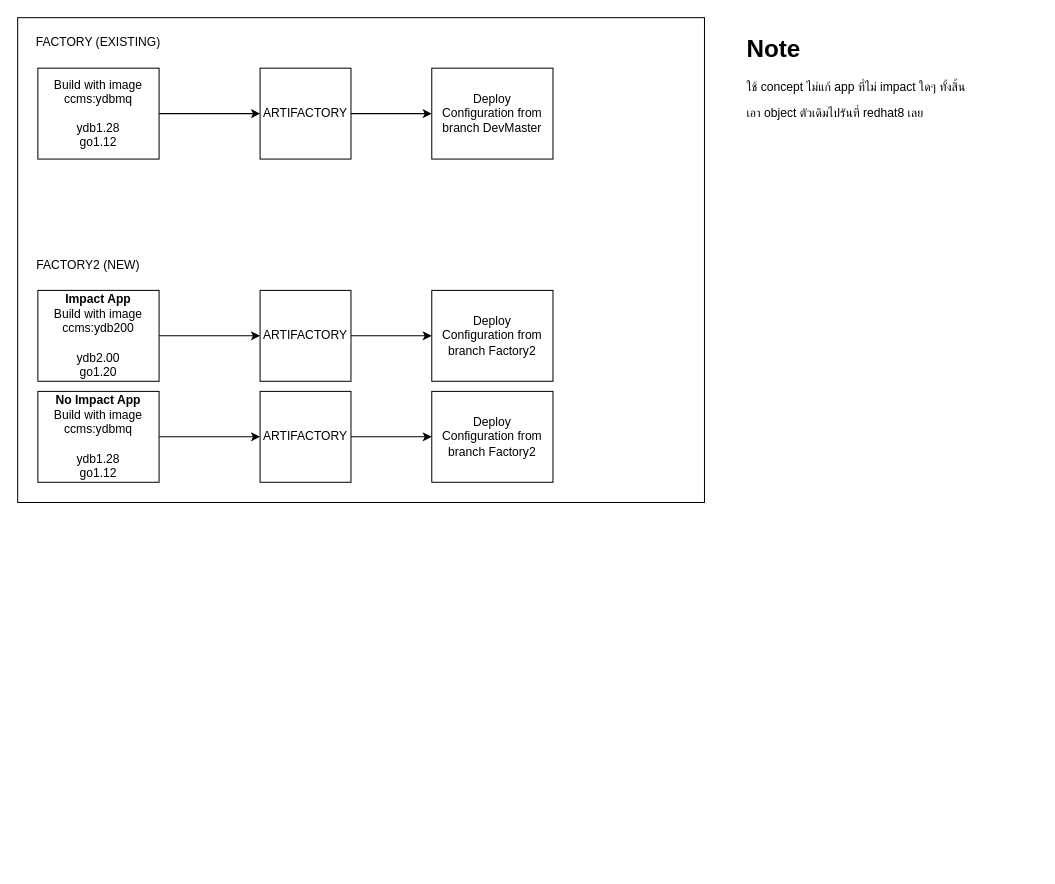
The draw.io diagram page "EOS-LINUX" (10 of 10) of CCMS_MFR_Diagram.drawio in chawaratr/drawio, before the edit. Source tidied: cells renumbered, new cells numbered last; positions are measured from the earlier drawing's top-left corner, leaving out a move shared by most shapes. Both pictures are drawn from the tidied source at 101%, with x=0, y=0 at pixel (17, 17).
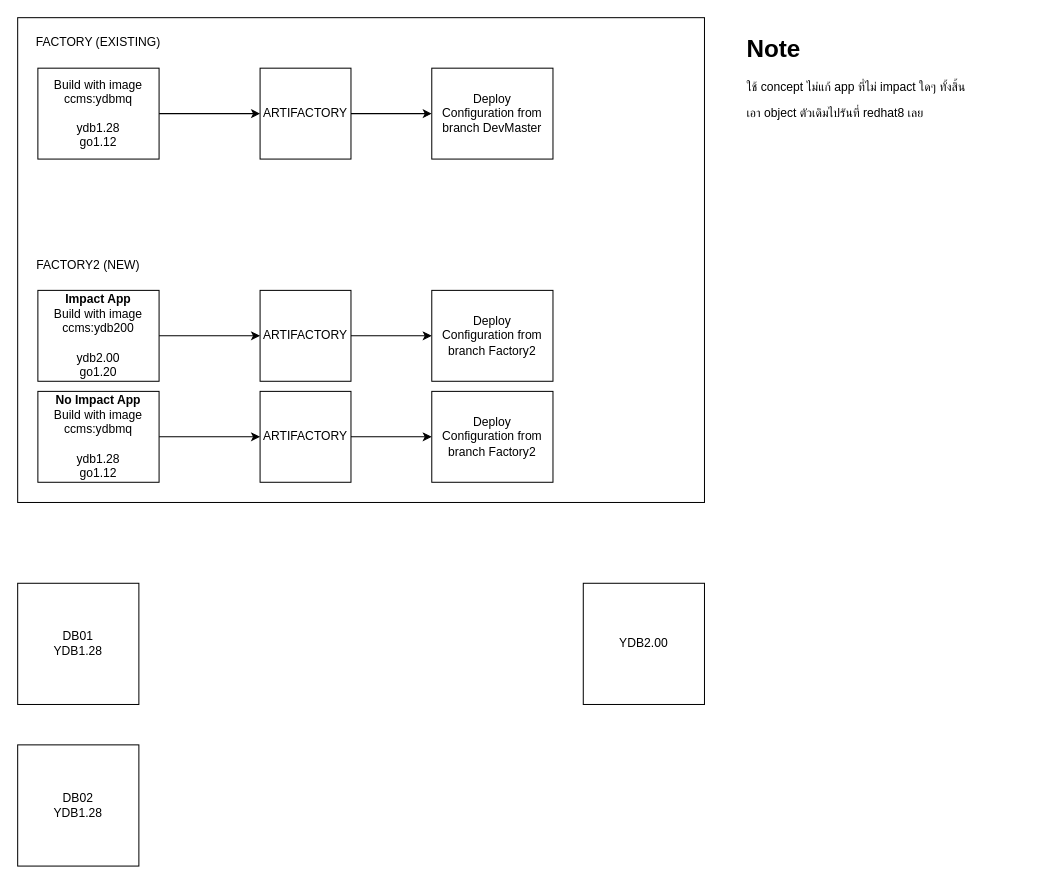
The same diagram, later.

The edit, as a diff of the source:
```diff
@@
+    <mxCell id="21" value="&lt;div&gt;DB01&lt;/div&gt;YDB1.28" style="rounded=0;whiteSpace=wrap;html=1;" parent="1" vertex="1">
+      <mxGeometry y="560" width="120" height="120" as="geometry" />
+    </mxCell>
+    <mxCell id="22" value="YDB2.00" style="rounded=0;whiteSpace=wrap;html=1;" parent="1" vertex="1">
+      <mxGeometry x="560" y="560" width="120" height="120" as="geometry" />
+    </mxCell>
+    <mxCell id="23" value="&lt;div&gt;DB02&lt;/div&gt;YDB1.28" style="rounded=0;whiteSpace=wrap;html=1;" parent="1" vertex="1">
+      <mxGeometry y="720" width="120" height="120" as="geometry" />
+    </mxCell>
```
